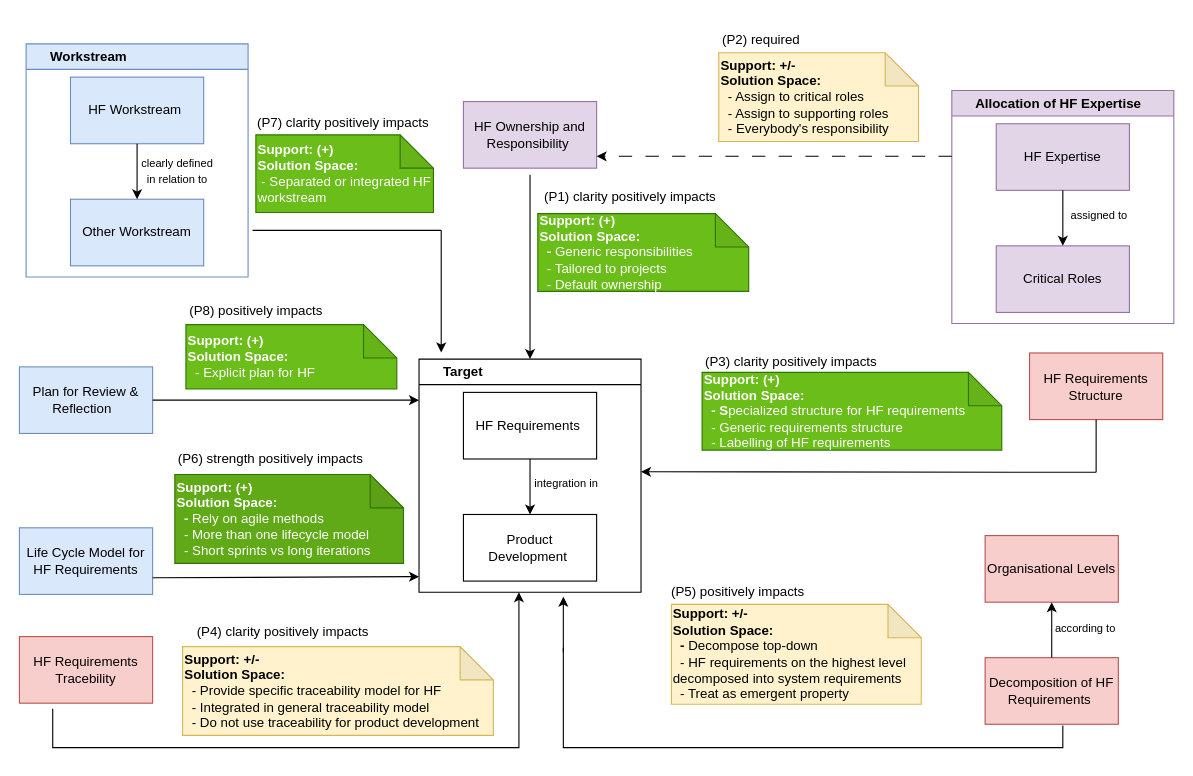
Above: page "Page-5" (5 of 5) of HF Strategy.drawio in amnapir/Figures (draw.io), before the change. Source tidied: cells renumbered, new cells numbered last; positions are measured from the earlier drawing's top-left corner, leaving out a move shared by most shapes. Both pictures are drawn from the tidied source at 111%, with x=0, y=0 at pixel (19, 19).
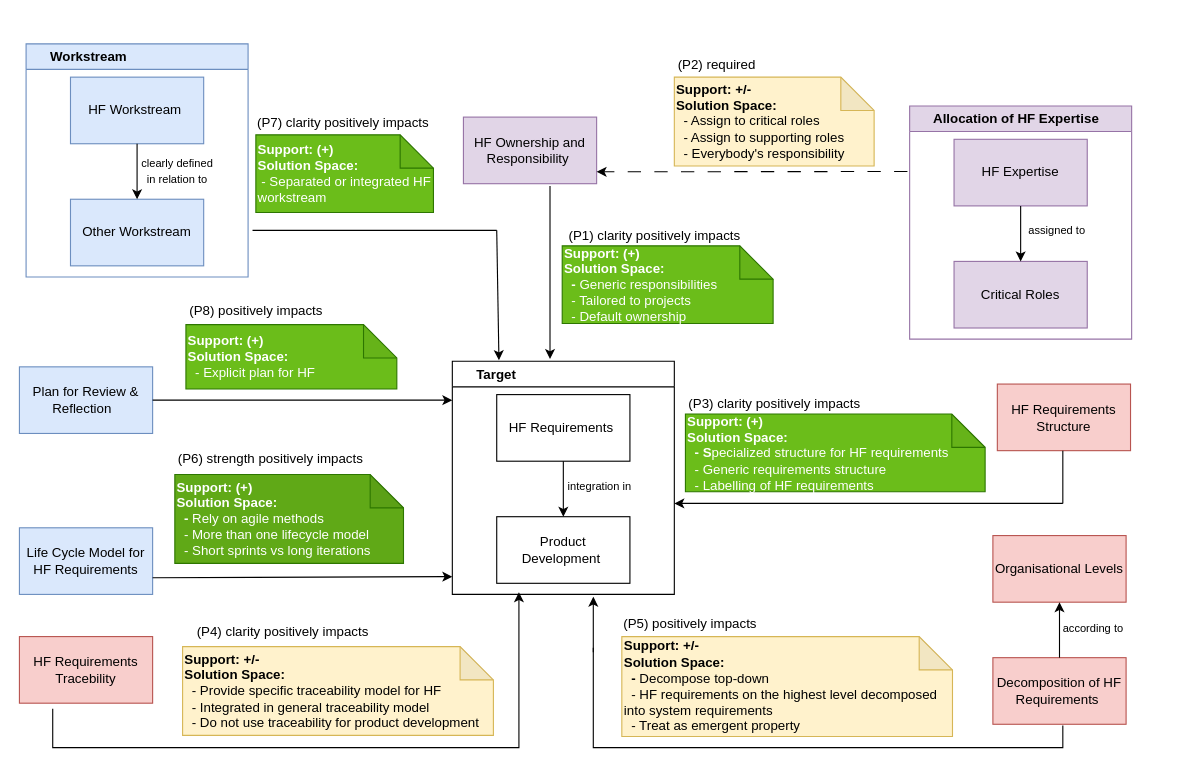
Above is the later version.

The change refers to these unchanged cells:
```xml
<mxCell id="3" value="Plan for Review &amp;amp; Reflection &amp;nbsp;" style="rounded=0;whiteSpace=wrap;html=1;fillColor=#dae8fc;strokeColor=#6c8ebf;" parent="1" vertex="1">
  <mxGeometry y="313" width="120" height="60" as="geometry" />
</mxCell>
<mxCell id="49" value="Life Cycle Model for HF Requirements" style="rounded=0;whiteSpace=wrap;html=1;fillColor=#dae8fc;strokeColor=#6c8ebf;" parent="1" vertex="1">
  <mxGeometry y="458" width="120" height="60" as="geometry" />
</mxCell>
```

Diff of the diagram source:
```diff
@@
     <mxCell id="2" value="HF Ownership and Responsibility&amp;nbsp;" style="rounded=0;whiteSpace=wrap;html=1;fillColor=#e1d5e7;strokeColor=#9673a6;" parent="1" vertex="1">
-      <mxGeometry x="400" y="74" width="120" height="60" as="geometry" />
+      <mxGeometry x="400" y="88" width="120" height="60" as="geometry" />
     </mxCell>
@@
     <mxCell id="4" style="endArrow=classic;html=1;rounded=0;exitX=1;exitY=0.5;exitDx=0;exitDy=0;" parent="1" edge="1" source="3">
       <mxGeometry relative="1" as="geometry">
-        <mxPoint x="360" y="343" as="targetPoint" />
+        <mxPoint x="390" y="343" as="targetPoint" />
       </mxGeometry>
     </mxCell>
     <mxCell id="5" style="endArrow=classic;html=1;rounded=0;" parent="1" edge="1">
       <mxGeometry relative="1" as="geometry">
-        <mxPoint x="380" y="190" as="sourcePoint" />
-        <mxPoint x="380" y="300" as="targetPoint" />
+        <mxPoint x="430" y="190" as="sourcePoint" />
+        <mxPoint x="432" y="307" as="targetPoint" />
       </mxGeometry>
     </mxCell>
@@
     <mxCell id="11" value="&amp;nbsp; &amp;nbsp; &amp;nbsp; Target&amp;nbsp;" style="swimlane;whiteSpace=wrap;html=1;align=left;" parent="1" vertex="1">
-      <mxGeometry x="360" y="306" width="200" height="210" as="geometry" />
+      <mxGeometry x="390" y="308" width="200" height="210" as="geometry" />
     </mxCell>
@@
     <mxCell id="16" value="HF Requirements Structure" style="rounded=0;whiteSpace=wrap;html=1;fillColor=#f8cecc;strokeColor=#b85450;" parent="1" vertex="1">
-      <mxGeometry x="910" y="300.5" width="120" height="60" as="geometry" />
+      <mxGeometry x="881" y="328.5" width="120" height="60" as="geometry" />
     </mxCell>
-    <mxCell id="17" style="endArrow=classic;html=1;rounded=0;entryX=1;entryY=0.25;entryDx=0;entryDy=0;" parent="1" edge="1">
+    <mxCell id="17" style="endArrow=classic;html=1;rounded=0;" parent="1" edge="1">
       <mxGeometry relative="1" as="geometry">
-        <mxPoint x="970" y="408" as="sourcePoint" />
-        <mxPoint x="560" y="407.5" as="targetPoint" />
+        <mxPoint x="940" y="436" as="sourcePoint" />
+        <mxPoint x="590" y="436" as="targetPoint" />
       </mxGeometry>
     </mxCell>
     <mxCell id="18" style="endArrow=classic;html=1;rounded=0;" parent="1" edge="1">
       <mxGeometry relative="1" as="geometry">
-        <mxPoint x="490" y="570" as="sourcePoint" />
-        <mxPoint x="490" y="520" as="targetPoint" />
+        <mxPoint x="517" y="570" as="sourcePoint" />
+        <mxPoint x="517" y="520" as="targetPoint" />
       </mxGeometry>
     </mxCell>
     <mxCell id="19" value="&amp;nbsp; &amp;nbsp; &amp;nbsp; Allocation of HF Expertise&amp;nbsp;" style="swimlane;whiteSpace=wrap;html=1;align=left;fillColor=#e1d5e7;strokeColor=#9673a6;" parent="1" vertex="1">
-      <mxGeometry x="840" y="64" width="200" height="210" as="geometry" />
+      <mxGeometry x="802" y="78" width="200" height="210" as="geometry" />
     </mxCell>
@@
     <mxCell id="24" style="endArrow=classic;html=1;rounded=0;dashed=1;dashPattern=12 12;entryX=1;entryY=0.5;entryDx=0;entryDy=0;" parent="1" edge="1">
       <mxGeometry relative="1" as="geometry">
-        <mxPoint x="840" y="123.3" as="sourcePoint" />
-        <mxPoint x="520" y="123.3" as="targetPoint" />
+        <mxPoint x="800" y="137" as="sourcePoint" />
+        <mxPoint x="520" y="137.3" as="targetPoint" />
       </mxGeometry>
     </mxCell>
-    <mxCell id="25" style="endArrow=classic;html=1;rounded=0;entryX=0.5;entryY=0;entryDx=0;entryDy=0;exitX=0;exitY=-0.167;exitDx=0;exitDy=0;exitPerimeter=0;" parent="1" edge="1" source="45" target="11">
-      <mxGeometry relative="1" as="geometry" />
+    <mxCell id="25" style="endArrow=classic;html=1;rounded=0;" parent="1" edge="1">
+      <mxGeometry relative="1" as="geometry">
+        <mxPoint x="478" y="150" as="sourcePoint" />
+        <mxPoint x="478" y="306" as="targetPoint" />
+      </mxGeometry>
     </mxCell>
     <mxCell id="26" style="endArrow=none;html=1;rounded=0;" parent="1" edge="1">
       <mxGeometry relative="1" as="geometry">
         <mxPoint x="210" y="190" as="sourcePoint" />
-        <mxPoint x="380" y="190" as="targetPoint" />
+        <mxPoint x="430" y="190" as="targetPoint" />
       </mxGeometry>
     </mxCell>
     <mxCell id="27" style="endArrow=none;html=1;rounded=0;" parent="1" edge="1">
       <mxGeometry relative="1" as="geometry">
-        <mxPoint x="490" y="566" as="sourcePoint" />
+        <mxPoint x="517" y="566" as="sourcePoint" />
         <mxPoint x="940" y="636" as="targetPoint" />
         <Array as="points">
-          <mxPoint x="490" y="656" />
-          <mxPoint x="630" y="656" />
-          <mxPoint x="730" y="656" />
-          <mxPoint x="840" y="656" />
+          <mxPoint x="517" y="656" />
+          <mxPoint x="657" y="656" />
+          <mxPoint x="757" y="656" />
+          <mxPoint x="867" y="656" />
           <mxPoint x="940" y="656" />
         </Array>
       </mxGeometry>
     </mxCell>
@@
     <mxCell id="37" style="group;" parent="1" vertex="1">
-      <mxGeometry x="540" y="497" width="340" height="120" as="geometry" />
+      <mxGeometry x="480" y="526" width="450" height="120" as="geometry" />
     </mxCell>
     <mxCell id="38" value="&lt;b style=&quot;border-color: var(--border-color);&quot;&gt;Support: +/-&lt;br style=&quot;border-color: var(--border-color);&quot;&gt;Solution Space: &lt;br&gt;&amp;nbsp; - &lt;/b&gt;&lt;span style=&quot;border-color: var(--border-color);&quot;&gt;Decompose top-down&lt;div&gt;&amp;nbsp; - HF requirements on the highest level decomposed into system requirements&lt;/div&gt;&lt;div&gt;&amp;nbsp; - Treat as emergent property&amp;nbsp;&lt;/div&gt;&lt;/span&gt;" style="shape=note;whiteSpace=wrap;html=1;backgroundOutline=1;darkOpacity=0.05;size=30;align=left;fillColor=#fff2cc;strokeColor=#d6b656;" parent="37" vertex="1">
-      <mxGeometry x="47.4" y="30" width="225.1" height="90" as="geometry" />
+      <mxGeometry x="62.7" y="30" width="297.9" height="90" as="geometry" />
     </mxCell>
     <mxCell id="39" value="(P5) positively impacts" style="text;html=1;align=center;verticalAlign=middle;strokeColor=none;fillColor=none;" parent="37" vertex="1">
-      <mxGeometry x="36.7" y="4" width="140" height="30" as="geometry" />
+      <mxGeometry x="53.6" y="4" width="140" height="30" as="geometry" />
     </mxCell>
     <mxCell id="40" style="group;" parent="1" vertex="1">
-      <mxGeometry x="675" y="280" width="210" height="101" as="geometry" />
+      <mxGeometry x="660" y="289.5" width="210" height="101" as="geometry" />
     </mxCell>
     <mxCell id="41" value="&lt;b&gt;Support: (+)&lt;br&gt;Solution Space:&lt;br&gt;&amp;nbsp; - S&lt;/b&gt;pecialized structure for HF requirements&lt;div&gt;&amp;nbsp; - Generic requirements structure&lt;/div&gt;&lt;div&gt;&amp;nbsp; - Labelling of HF requirements&amp;nbsp;&lt;/div&gt;" style="shape=note;whiteSpace=wrap;html=1;backgroundOutline=1;darkOpacity=0.05;size=30;align=left;fillColor=#6BBD1A;strokeColor=#2D7600;fontColor=#ffffff;" parent="40" vertex="1">
-      <mxGeometry x="-60" y="38" width="270" height="70" as="geometry" />
+      <mxGeometry x="-60" y="66" width="270" height="70" as="geometry" />
     </mxCell>
     <mxCell id="42" value="(P3) clarity positively impacts" style="text;html=1;align=center;verticalAlign=middle;strokeColor=none;fillColor=none;" parent="40" vertex="1">
-      <mxGeometry x="-70" y="14" width="180" height="30" as="geometry" />
+      <mxGeometry x="-70" y="42" width="180" height="30" as="geometry" />
     </mxCell>
     <mxCell id="43" style="group;" parent="1" vertex="1">
-      <mxGeometry x="467" y="145" width="190" height="100" as="geometry" />
+      <mxGeometry x="489" y="174" width="190" height="100" as="geometry" />
     </mxCell>
@@
     <mxCell id="45" value="(P1) clarity positively impacts" style="text;html=1;align=center;verticalAlign=middle;points=[];strokeColor=none;fillColor=none;" parent="43" vertex="1">
-      <mxGeometry x="-7" width="180" height="30" as="geometry" />
+      <mxGeometry x="-7" y="6" width="180" height="30" as="geometry" />
     </mxCell>
     <mxCell id="46" style="group;" parent="1" vertex="1">
-      <mxGeometry x="630" width="180" height="110" as="geometry" />
+      <mxGeometry x="590" y="22" width="180" height="110" as="geometry" />
     </mxCell>
@@
     <mxCell id="55" style="endArrow=classic;html=1;rounded=0;exitX=1;exitY=0.75;exitDx=0;exitDy=0;" parent="1" edge="1" source="49">
       <mxGeometry relative="1" as="geometry">
-        <mxPoint x="360" y="502" as="targetPoint" />
+        <mxPoint x="390" y="502" as="targetPoint" />
       </mxGeometry>
     </mxCell>
-    <mxCell id="56" style="endArrow=none;html=1;rounded=0;entryX=0.5;entryY=1;entryDx=0;entryDy=0;" parent="1" edge="1" target="16">
+    <mxCell id="56" style="endArrow=none;html=1;rounded=0;entryX=0.5;entryY=1;entryDx=0;entryDy=0;" parent="1" edge="1">
       <mxGeometry relative="1" as="geometry">
-        <mxPoint x="970" y="408" as="sourcePoint" />
+        <mxPoint x="940" y="436" as="sourcePoint" />
+        <mxPoint x="940" y="388.5" as="targetPoint" />
       </mxGeometry>
     </mxCell>
     <mxCell id="57" value="Organisational Levels" style="rounded=0;whiteSpace=wrap;html=1;fillColor=#f8cecc;strokeColor=#b85450;" parent="1" vertex="1">
-      <mxGeometry x="870" y="465" width="120" height="60" as="geometry" />
+      <mxGeometry x="877" y="465" width="120" height="60" as="geometry" />
     </mxCell>
     <mxCell id="58" value="Decomposition of HF Requirements&amp;nbsp;" style="rounded=0;whiteSpace=wrap;html=1;fillColor=#f8cecc;strokeColor=#b85450;" parent="1" vertex="1">
-      <mxGeometry x="870" y="575" width="120" height="60" as="geometry" />
+      <mxGeometry x="877" y="575" width="120" height="60" as="geometry" />
     </mxCell>
@@
     <mxCell id="60" value="&lt;font style=&quot;font-size: 10px;&quot;&gt;according to&amp;nbsp;&lt;/font&gt;" style="text;html=1;strokeColor=none;fillColor=none;align=center;verticalAlign=middle;whiteSpace=wrap;rounded=0;" parent="1" vertex="1">
-      <mxGeometry x="932" y="538" width="60" height="20" as="geometry" />
+      <mxGeometry x="939" y="538" width="60" height="20" as="geometry" />
     </mxCell>
```
